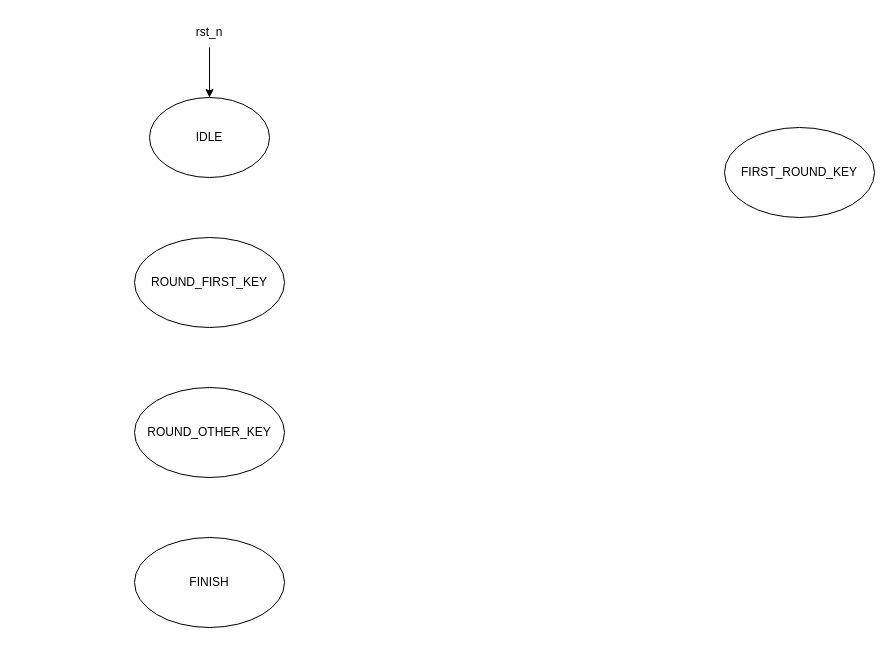
This is diagram/drawio/AESKeyExpansionCU-FSM.drawio from LQLManZz/AES128-Verilog, a draw.io file, before an edit. Source tidied: cells renumbered, new cells numbered last; positions are measured from the earlier drawing's top-left corner, leaving out a move shared by most shapes. Both pictures are drawn from the tidied source at 100%, with x=0, y=0 at pixel (134, 17).
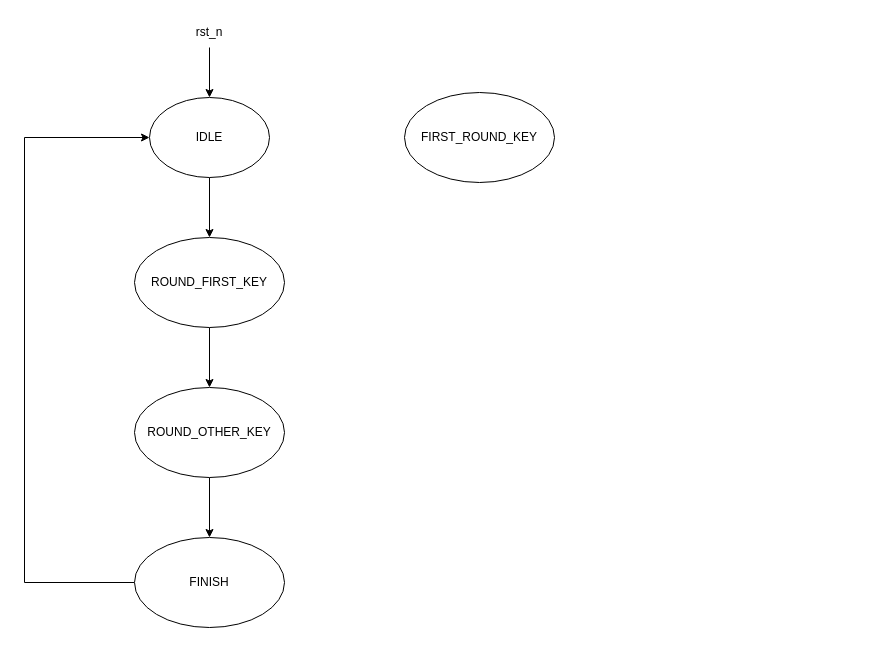
Above is the later version.

The edit, as a diff of the source:
```diff
@@
 <mxGraphModel>
   <root>
     <mxCell id="0" />
     <mxCell id="1" parent="0" />
+    <mxCell id="9" style="edgeStyle=orthogonalEdgeStyle;rounded=0;jettySize=auto;html=1;exitX=0.5;exitY=1;exitDx=0;exitDy=0;entryX=0.5;entryY=0;entryDx=0;entryDy=0;" parent="1" edge="1" source="2" target="6">
+      <mxGeometry relative="1" as="geometry" />
+    </mxCell>
     <mxCell id="2" value="IDLE" style="ellipse;whiteSpace=wrap;html=1;" parent="1" vertex="1">
       <mxGeometry x="15" y="80" width="120" height="80" as="geometry" />
     </mxCell>
     <mxCell id="3" style="edgeStyle=orthogonalEdgeStyle;rounded=0;jettySize=auto;html=1;exitX=0.5;exitY=1;exitDx=0;exitDy=0;entryX=0.5;entryY=0;entryDx=0;entryDy=0;" parent="1" edge="1" source="4" target="2">
       <mxGeometry relative="1" as="geometry" />
     </mxCell>
     <mxCell id="4" value="rst_n" style="text;html=1;whiteSpace=wrap;strokeColor=none;fillColor=none;align=center;verticalAlign=middle;rounded=0;" parent="1" vertex="1">
       <mxGeometry x="45" width="60" height="30" as="geometry" />
     </mxCell>
     <mxCell id="5" value="FIRST_ROUND_KEY" style="ellipse;whiteSpace=wrap;html=1;" parent="1" vertex="1">
-      <mxGeometry x="590" y="110" width="150" height="90" as="geometry" />
+      <mxGeometry x="270" y="75" width="150" height="90" as="geometry" />
     </mxCell>
+    <mxCell id="10" style="edgeStyle=orthogonalEdgeStyle;rounded=0;jettySize=auto;html=1;exitX=0.5;exitY=1;exitDx=0;exitDy=0;entryX=0.5;entryY=0;entryDx=0;entryDy=0;" parent="1" edge="1" source="6" target="8">
+      <mxGeometry relative="1" as="geometry" />
+    </mxCell>
     <mxCell id="6" value="ROUND_FIRST_KEY" style="ellipse;whiteSpace=wrap;html=1;" parent="1" vertex="1">
       <mxGeometry y="220" width="150" height="90" as="geometry" />
     </mxCell>
+    <mxCell id="11" style="edgeStyle=orthogonalEdgeStyle;rounded=0;jettySize=auto;html=1;exitX=0;exitY=0.5;exitDx=0;exitDy=0;entryX=0;entryY=0.5;entryDx=0;entryDy=0;" parent="1" edge="1" source="7" target="2">
+      <mxGeometry relative="1" as="geometry">
+        <Array as="points">
+          <mxPoint x="-110" y="565" />
+          <mxPoint x="-110" y="120" />
+        </Array>
+      </mxGeometry>
+    </mxCell>
     <mxCell id="7" value="FINISH" style="ellipse;whiteSpace=wrap;html=1;" parent="1" vertex="1">
       <mxGeometry y="520" width="150" height="90" as="geometry" />
     </mxCell>
+    <mxCell id="12" style="edgeStyle=orthogonalEdgeStyle;rounded=0;jettySize=auto;html=1;exitX=0.5;exitY=1;exitDx=0;exitDy=0;entryX=0.5;entryY=0;entryDx=0;entryDy=0;" parent="1" edge="1" source="8" target="7">
+      <mxGeometry relative="1" as="geometry" />
+    </mxCell>
     <mxCell id="8" value="ROUND_OTHER_KEY" style="ellipse;whiteSpace=wrap;html=1;" parent="1" vertex="1">
       <mxGeometry y="370" width="150" height="90" as="geometry" />
     </mxCell>
   </root>
 </mxGraphModel>
```
